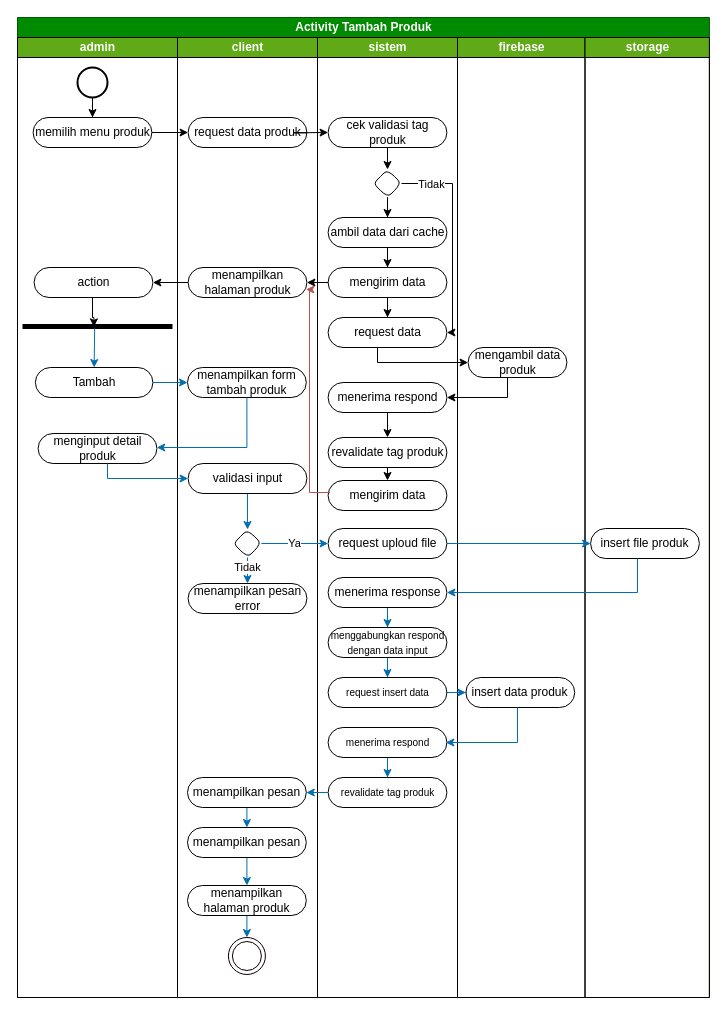
Above: page "activity tambah produk" (27 of 43) of skrpsian.drawio in ThikerXCX/umltoko (draw.io), before the change. Source tidied: cells renumbered, new cells numbered last; positions are measured from the earlier drawing's top-left corner, leaving out a move shared by most shapes. Both pictures are drawn from the tidied source at 100%, with x=0, y=0 at pixel (17, 17).
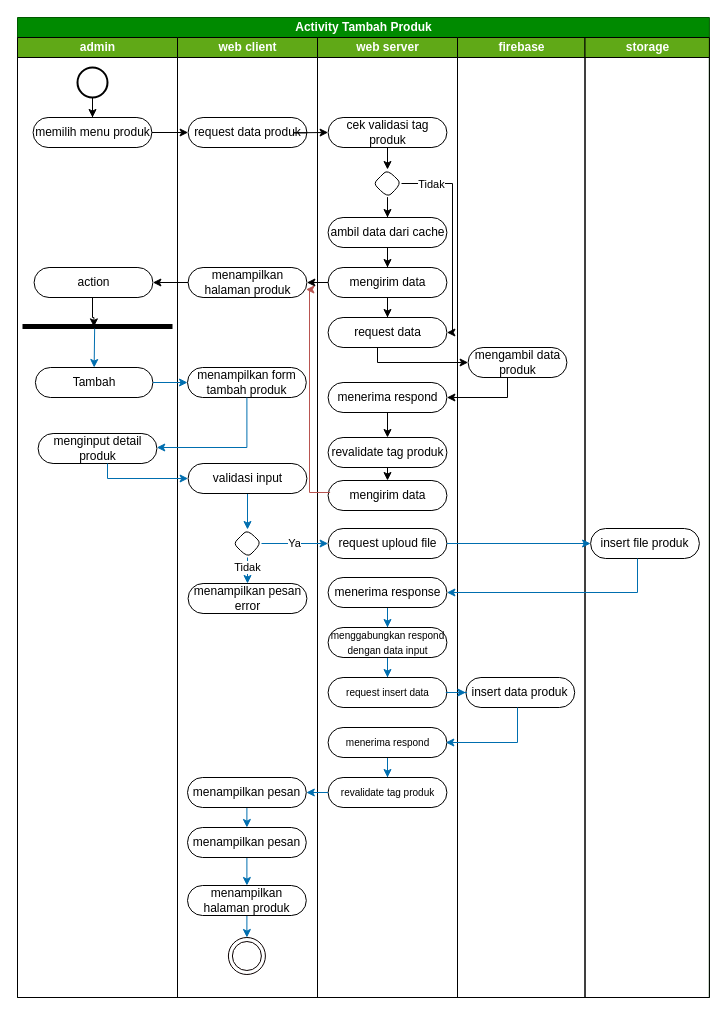
After the change.

Unchanged cells that the change refers to:
```xml
<mxCell id="2" value="Activity Tambah Produk" style="swimlane;startSize=20;html=1;fillColor=#008a00;fontColor=#ffffff;strokeColor=#005700;" parent="1" vertex="1">
  <mxGeometry width="691.9" height="980" as="geometry" />
</mxCell>
```

What changed in the source:
```diff
@@
-    <mxCell id="13" value="client" style="swimlane;startSize=20;html=1;fillColor=#60a917;fontColor=#ffffff;strokeColor=#000000;" parent="2" vertex="1">
+    <mxCell id="13" value="web client" style="swimlane;startSize=20;html=1;fillColor=#60a917;fontColor=#ffffff;strokeColor=#000000;" parent="2" vertex="1">
       <mxGeometry x="160" y="20" width="140" height="960" as="geometry" />
     </mxCell>
@@
-    <mxCell id="30" value="sistem" style="swimlane;startSize=20;html=1;fillColor=#60a917;fontColor=#ffffff;strokeColor=#000000;" parent="2" vertex="1">
+    <mxCell id="30" value="web server" style="swimlane;startSize=20;html=1;fillColor=#60a917;fontColor=#ffffff;strokeColor=#000000;" parent="2" vertex="1">
       <mxGeometry x="300" y="20" width="140" height="960" as="geometry" />
     </mxCell>
```
